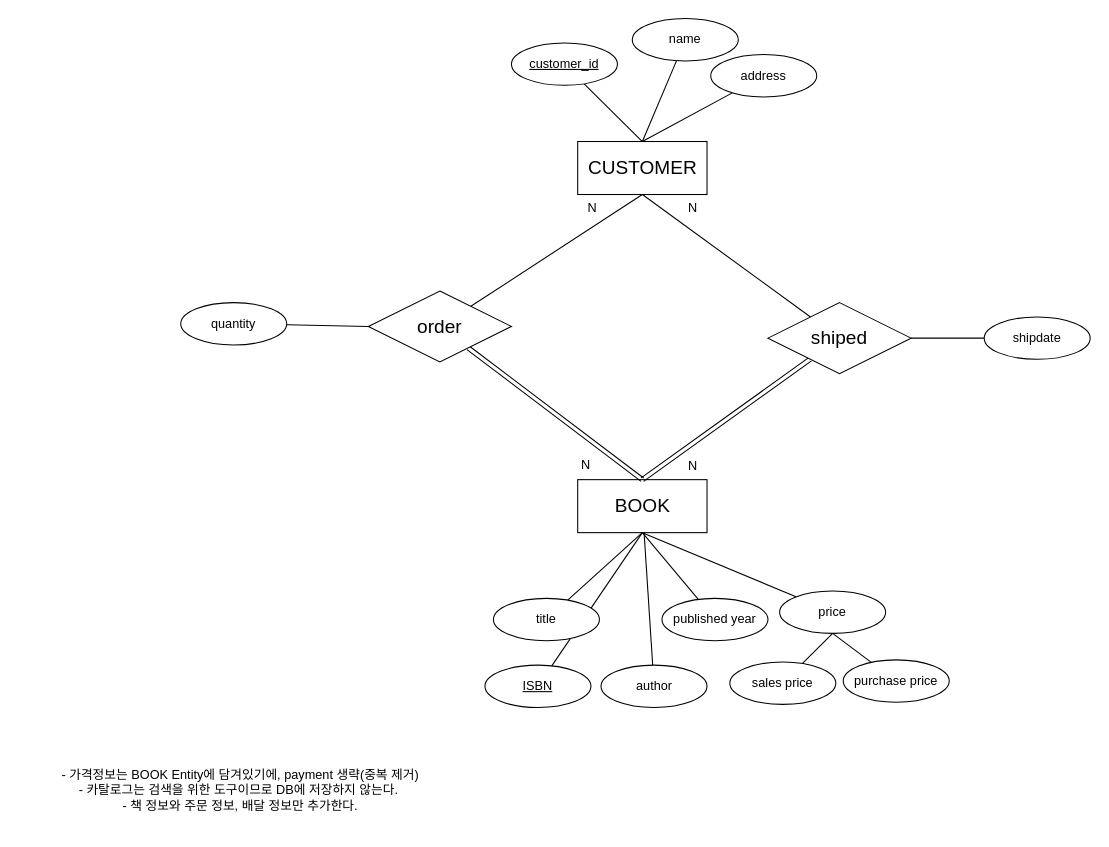
Earlier version of the draw.io diagram DBStudio/DBStudio_Ass4_Bookstore.drawio (cobinding/draw.io_collection). Source tidied: cells renumbered, new cells numbered last; positions are measured from the earlier drawing's top-left corner, leaving out a move shared by most shapes. Both pictures are drawn from the tidied source at 106%, with x=0, y=0 at pixel (18, 18).
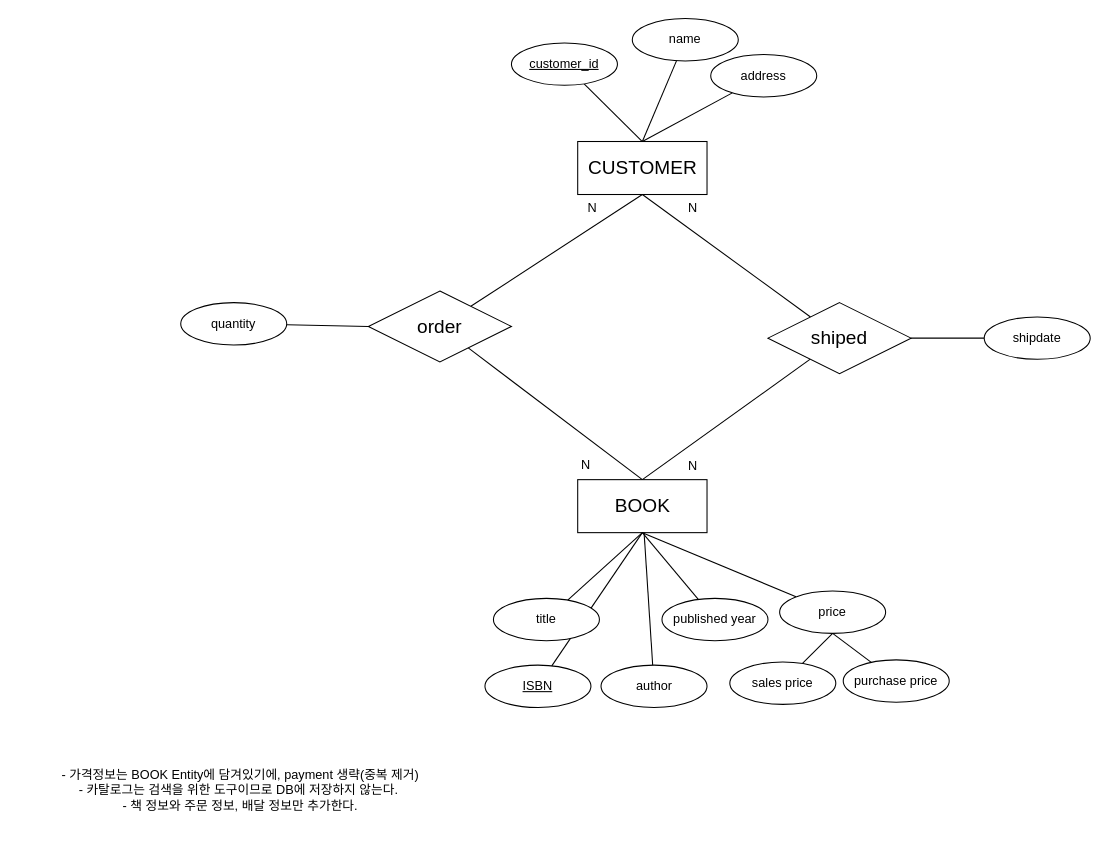
Above is the later version.

Unchanged cells that the change refers to:
```xml
<mxCell id="5" value="&lt;font style=&quot;font-size: 18px;&quot;&gt;BOOK&lt;/font&gt;" style="whiteSpace=wrap;html=1;align=center;" parent="1" vertex="1">
  <mxGeometry x="527.5" y="435" width="122" height="50" as="geometry" />
</mxCell>
<mxCell id="7" value="&lt;span style=&quot;font-size: 18px;&quot;&gt;order&lt;/span&gt;" style="shape=rhombus;perimeter=rhombusPerimeter;whiteSpace=wrap;html=1;align=center;" parent="1" vertex="1">
  <mxGeometry x="330" y="257" width="135" height="67" as="geometry" />
</mxCell>
<mxCell id="32" value="&lt;span style=&quot;font-size: 18px;&quot;&gt;shiped&lt;/span&gt;" style="shape=rhombus;perimeter=rhombusPerimeter;whiteSpace=wrap;html=1;align=center;" parent="1" vertex="1">
  <mxGeometry x="707" y="268" width="135" height="67" as="geometry" />
</mxCell>
```

Diff of the diagram source:
```diff
@@
-    <mxCell id="6" style="rounded=0;jettySize=auto;html=1;endArrow=none;endFill=0;entryX=0.5;entryY=0;entryDx=0;entryDy=0;shape=link;" parent="1" edge="1" source="7" target="5">
+    <mxCell id="6" style="rounded=0;jettySize=auto;html=1;endArrow=none;endFill=0;entryX=0.5;entryY=0;entryDx=0;entryDy=0;" parent="1" edge="1" source="7" target="5">
       <mxGeometry relative="1" as="geometry" />
     </mxCell>
@@
-    <mxCell id="30" style="rounded=0;jettySize=auto;html=1;endArrow=none;endFill=0;shape=link;entryX=0.5;entryY=0;entryDx=0;entryDy=0;" parent="1" edge="1" source="32" target="5">
+    <mxCell id="30" style="rounded=0;jettySize=auto;html=1;endArrow=none;endFill=0;entryX=0.5;entryY=0;entryDx=0;entryDy=0;" parent="1" edge="1" source="32" target="5">
       <mxGeometry relative="1" as="geometry" />
     </mxCell>
```
